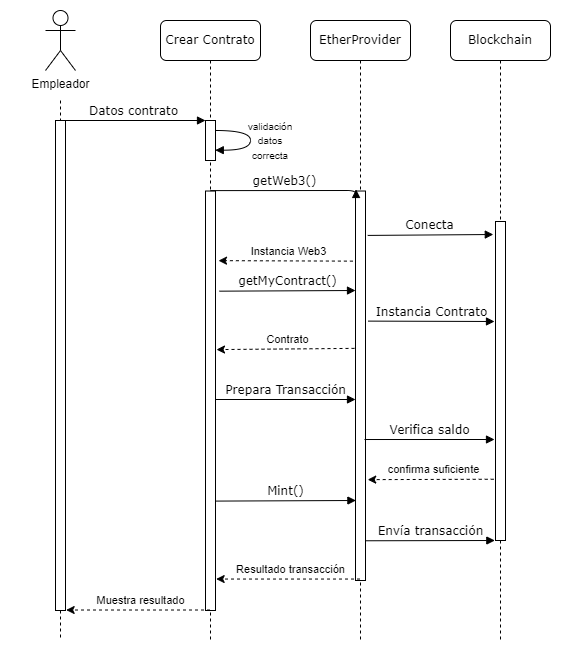
Above: Documentacion/MEMORIA/img/SecuenciaCrearContrato.png in deibiiz/ContractMe (draw.io), before the change. Source tidied: cells renumbered, new cells last; positions are measured from the earlier drawing's top-left corner, leaving out a move shared by most shapes.
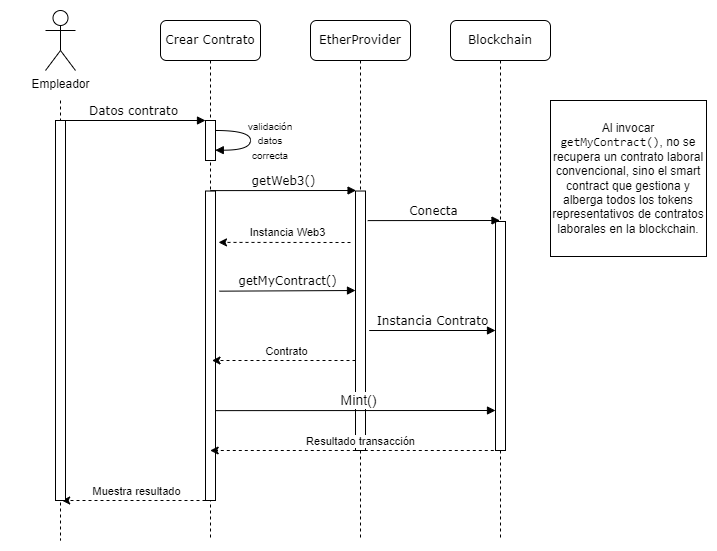
Above is the later version.

Diff of the diagram source:
```diff
@@ -3,7 +3,7 @@
     <mxCell id="0" />
     <mxCell id="1" parent="0" />
     <mxCell id="2" value="Crear Contrato" style="shape=umlLifeline;perimeter=lifelinePerimeter;whiteSpace=wrap;html=1;outlineConnect=0;rounded=1;shadow=0;comic=0;labelBackgroundColor=none;strokeWidth=1;fontFamily=Verdana;fontSize=12;align=center;" parent="1" vertex="1">
-      <mxGeometry x="150" y="10" width="100" height="620" as="geometry" />
+      <mxGeometry x="150" y="10" width="100" height="520" as="geometry" />
     </mxCell>
     <mxCell id="3" style="html=1;points=[];perimeter=orthogonalPerimeter;rounded=0;shadow=0;comic=0;labelBackgroundColor=none;strokeWidth=1;fontFamily=Verdana;fontSize=12;align=center;" parent="2" vertex="1">
       <mxGeometry x="45" y="100" width="10" height="40" as="geometry" />
@@ -16,64 +16,65 @@
         </Array>
       </mxGeometry>
     </mxCell>
+    <mxCell id="33" style="endArrow=classic;html=1;rounded=0;dashed=1;entryX=1.067;entryY=0.999;entryDx=0;entryDy=0;entryPerimeter=0;" parent="2" edge="1">
+      <mxGeometry relative="1" as="geometry">
+        <mxPoint x="45" y="480" as="sourcePoint" />
+        <mxPoint x="-98.8" y="480" as="targetPoint" />
+      </mxGeometry>
+    </mxCell>
+    <mxCell id="32" value="Muestra resultado" style="edgeLabel;html=1;align=center;verticalAlign=middle;" parent="33" vertex="1">
+      <mxGeometry x="-0.03" y="-1" relative="1" as="geometry">
+        <mxPoint y="-9" as="offset" />
+      </mxGeometry>
+    </mxCell>
     <mxCell id="5" value="EtherProvider" style="shape=umlLifeline;perimeter=lifelinePerimeter;whiteSpace=wrap;html=1;outlineConnect=0;rounded=1;shadow=0;comic=0;labelBackgroundColor=none;strokeWidth=1;fontFamily=Verdana;fontSize=12;align=center;" parent="1" vertex="1">
-      <mxGeometry x="300" y="10" width="100" height="620" as="geometry" />
+      <mxGeometry x="300" y="10" width="100" height="520" as="geometry" />
     </mxCell>
-    <mxCell id="6" style="html=1;points=[];perimeter=orthogonalPerimeter;rounded=0;shadow=0;comic=0;labelBackgroundColor=none;strokeWidth=1;fontFamily=Verdana;fontSize=12;align=center;" parent="5" vertex="1">
-      <mxGeometry x="-105" y="170.5" width="10" height="419.5" as="geometry" />
-    </mxCell>
-    <mxCell id="7" style="html=1;points=[];perimeter=orthogonalPerimeter;rounded=0;shadow=0;comic=0;labelBackgroundColor=none;strokeWidth=1;fontFamily=Verdana;fontSize=12;align=center;" parent="5" vertex="1">
-      <mxGeometry x="45" y="170.5" width="10" height="389.5" as="geometry" />
-    </mxCell>
+    <mxCell id="34" style="html=1;points=[];perimeter=orthogonalPerimeter;rounded=0;shadow=0;comic=0;labelBackgroundColor=none;strokeWidth=1;fontFamily=Verdana;fontSize=12;align=center;" parent="5" vertex="1">
+      <mxGeometry x="-105" y="170.5" width="10" height="309.5" as="geometry" />
+    </mxCell>
+    <mxCell id="35" style="html=1;points=[];perimeter=orthogonalPerimeter;rounded=0;shadow=0;comic=0;labelBackgroundColor=none;strokeWidth=1;fontFamily=Verdana;fontSize=12;align=center;" parent="5" vertex="1">
+      <mxGeometry x="45" y="170.5" width="10" height="259.5" as="geometry" />
+    </mxCell>
-    <mxCell id="8" value="getWeb3()" style="html=1;verticalAlign=bottom;endArrow=block;labelBackgroundColor=none;fontFamily=Verdana;fontSize=12;edgeStyle=elbowEdgeStyle;elbow=vertical;entryX=0.057;entryY=-0.004;entryDx=0;entryDy=0;entryPerimeter=0;" parent="5" edge="1" target="7">
+    <mxCell id="8" value="getWeb3()" style="html=1;verticalAlign=bottom;endArrow=block;labelBackgroundColor=none;fontFamily=Verdana;fontSize=12;edgeStyle=elbowEdgeStyle;elbow=vertical;entryX=0.057;entryY=-0.004;entryDx=0;entryDy=0;entryPerimeter=0;" parent="5" edge="1" target="35">
       <mxGeometry relative="1" as="geometry">
         <mxPoint x="-100.2" y="170.1" as="sourcePoint" />
       </mxGeometry>
     </mxCell>
-    <mxCell id="9" style="endArrow=classic;html=1;rounded=0;dashed=1;entryX=1.3;entryY=0.166;entryDx=0;entryDy=0;entryPerimeter=0;exitX=-0.26;exitY=0.18;exitDx=0;exitDy=0;exitPerimeter=0;" parent="5" edge="1" source="7" target="6">
-      <mxGeometry relative="1" as="geometry" />
-    </mxCell>
+    <mxCell id="36" style="endArrow=classic;html=1;rounded=0;dashed=1;entryX=1.3;entryY=0.166;entryDx=0;entryDy=0;entryPerimeter=0;" parent="5" edge="1" target="34">
+      <mxGeometry relative="1" as="geometry">
+        <mxPoint x="40" y="222" as="sourcePoint" />
+      </mxGeometry>
+    </mxCell>
-    <mxCell id="10" value="Instancia Web3" style="edgeLabel;html=1;align=center;verticalAlign=middle;" parent="9" vertex="1">
+    <mxCell id="10" value="Instancia Web3" style="edgeLabel;html=1;align=center;verticalAlign=middle;" parent="36" vertex="1">
       <mxGeometry x="-0.03" y="-1" relative="1" as="geometry">
         <mxPoint y="-9" as="offset" />
       </mxGeometry>
     </mxCell>
-    <mxCell id="11" style="endArrow=classic;html=1;rounded=0;dashed=1;entryX=1.1;entryY=0.378;entryDx=0;entryDy=0;entryPerimeter=0;exitX=-0.1;exitY=0.404;exitDx=0;exitDy=0;exitPerimeter=0;" parent="5" edge="1" source="7" target="6">
-      <mxGeometry relative="1" as="geometry" />
-    </mxCell>
+    <mxCell id="37" style="endArrow=classic;html=1;rounded=0;dashed=1;entryX=1.1;entryY=0.378;entryDx=0;entryDy=0;entryPerimeter=0;" parent="5" edge="1">
+      <mxGeometry relative="1" as="geometry">
+        <mxPoint x="45" y="340" as="sourcePoint" />
+        <mxPoint x="-98.5" y="340" as="targetPoint" />
+      </mxGeometry>
+    </mxCell>
-    <mxCell id="12" value="Contrato" style="edgeLabel;html=1;align=center;verticalAlign=middle;" parent="11" vertex="1">
+    <mxCell id="12" value="Contrato" style="edgeLabel;html=1;align=center;verticalAlign=middle;" parent="37" vertex="1">
       <mxGeometry x="-0.03" y="-1" relative="1" as="geometry">
         <mxPoint y="-9" as="offset" />
       </mxGeometry>
     </mxCell>
-    <mxCell id="13" value="Prepara Transacción" style="html=1;verticalAlign=bottom;endArrow=block;labelBackgroundColor=none;fontFamily=Verdana;fontSize=12;edgeStyle=elbowEdgeStyle;elbow=vertical;exitX=0.967;exitY=0.497;exitDx=0;exitDy=0;exitPerimeter=0;" parent="5" edge="1" source="6" target="7">
-      <mxGeometry relative="1" as="geometry">
-        <Array as="points">
-          <mxPoint x="-70" y="379" />
-        </Array>
-      </mxGeometry>
-    </mxCell>
-    <mxCell id="14" style="endArrow=classic;html=1;rounded=0;dashed=1;entryX=1.067;entryY=0.925;entryDx=0;entryDy=0;entryPerimeter=0;" parent="5" edge="1" source="5" target="6">
-      <mxGeometry relative="1" as="geometry" />
-    </mxCell>
-    <mxCell id="15" value="Resultado transacción" style="edgeLabel;html=1;align=center;verticalAlign=middle;" parent="14" vertex="1">
-      <mxGeometry x="-0.03" y="-1" relative="1" as="geometry">
-        <mxPoint y="-9" as="offset" />
-      </mxGeometry>
-    </mxCell>
     <mxCell id="16" value="Blockchain" style="shape=umlLifeline;perimeter=lifelinePerimeter;whiteSpace=wrap;html=1;outlineConnect=0;rounded=1;shadow=0;comic=0;labelBackgroundColor=none;strokeWidth=1;fontFamily=Verdana;fontSize=12;align=center;" parent="1" vertex="1">
-      <mxGeometry x="440" y="10" width="100" height="620" as="geometry" />
+      <mxGeometry x="440" y="10" width="100" height="520" as="geometry" />
     </mxCell>
-    <mxCell id="17" style="shape=umlLifeline;perimeter=lifelinePerimeter;whiteSpace=wrap;html=1;outlineConnect=0;rounded=1;shadow=0;comic=0;labelBackgroundColor=none;strokeWidth=1;fontFamily=Verdana;fontSize=12;align=center;size=0;" parent="1" vertex="1">
-      <mxGeometry y="90" width="100" height="540" as="geometry" />
-    </mxCell>
-    <mxCell id="18" style="html=1;points=[];perimeter=orthogonalPerimeter;rounded=0;shadow=0;comic=0;labelBackgroundColor=none;strokeWidth=1;fontFamily=Verdana;fontSize=12;align=center;" parent="17" vertex="1">
-      <mxGeometry x="45" y="20" width="10" height="490" as="geometry" />
-    </mxCell>
-    <mxCell id="19" style="html=1;points=[];perimeter=orthogonalPerimeter;rounded=0;shadow=0;comic=0;labelBackgroundColor=none;strokeWidth=1;fontFamily=Verdana;fontSize=12;align=center;" parent="1" vertex="1">
-      <mxGeometry x="485" y="211" width="10" height="319" as="geometry" />
-    </mxCell>
+    <mxCell id="38" style="shape=umlLifeline;perimeter=lifelinePerimeter;whiteSpace=wrap;html=1;outlineConnect=0;rounded=1;shadow=0;comic=0;labelBackgroundColor=none;strokeWidth=1;fontFamily=Verdana;fontSize=12;align=center;size=0;" parent="1" vertex="1">
+      <mxGeometry y="90" width="100" height="440" as="geometry" />
+    </mxCell>
+    <mxCell id="39" style="html=1;perimeter=orthogonalPerimeter;rounded=0;shadow=0;comic=0;labelBackgroundColor=none;strokeWidth=1;fontFamily=Verdana;fontSize=12;align=center;" parent="38" vertex="1">
+      <mxGeometry x="45" y="20" width="10" height="380" as="geometry" />
+    </mxCell>
+    <mxCell id="40" style="html=1;perimeter=orthogonalPerimeter;rounded=0;shadow=0;comic=0;labelBackgroundColor=none;strokeWidth=1;fontFamily=Verdana;fontSize=12;align=center;" parent="1" vertex="1">
+      <mxGeometry x="485" y="211" width="10" height="229" as="geometry" />
+    </mxCell>
-    <mxCell id="20" value="Datos contrato" style="html=1;verticalAlign=bottom;endArrow=block;entryX=0;entryY=0;labelBackgroundColor=none;fontFamily=Verdana;fontSize=12;edgeStyle=elbowEdgeStyle;elbow=vertical;" parent="1" edge="1" source="17" target="3">
+    <mxCell id="20" value="Datos contrato" style="html=1;verticalAlign=bottom;endArrow=block;entryX=0;entryY=0;labelBackgroundColor=none;fontFamily=Verdana;fontSize=12;edgeStyle=elbowEdgeStyle;elbow=vertical;" parent="1" edge="1" source="38" target="3">
       <mxGeometry relative="1" as="geometry" />
     </mxCell>
     <mxCell id="21" value="Empleador" style="shape=umlActor;verticalLabelPosition=bottom;verticalAlign=top;html=1;" parent="1" vertex="1">
@@ -82,45 +83,45 @@
     <mxCell id="22" value="&lt;font style=&quot;font-size: 10px;&quot;&gt;validación datos correcta&lt;/font&gt;" style="text;html=1;align=center;verticalAlign=middle;whiteSpace=wrap;rounded=0;" parent="1" vertex="1">
       <mxGeometry x="230" y="115" width="60" height="30" as="geometry" />
     </mxCell>
-    <mxCell id="23" value="Conecta" style="html=1;verticalAlign=bottom;endArrow=block;labelBackgroundColor=none;fontFamily=Verdana;fontSize=12;edgeStyle=elbowEdgeStyle;elbow=vertical;entryX=-0.22;entryY=0.041;entryDx=0;entryDy=0;entryPerimeter=0;exitX=1.22;exitY=0.114;exitDx=0;exitDy=0;exitPerimeter=0;" parent="1" edge="1" source="7" target="19">
+    <mxCell id="23" value="Conecta" style="html=1;verticalAlign=bottom;endArrow=block;labelBackgroundColor=none;fontFamily=Verdana;fontSize=12;edgeStyle=elbowEdgeStyle;elbow=vertical;exitX=1.22;exitY=0.114;exitDx=0;exitDy=0;exitPerimeter=0;" parent="1" edge="1" source="35" target="16">
       <mxGeometry relative="1" as="geometry" />
     </mxCell>
-    <mxCell id="24" value="Instancia Contrato" style="html=1;verticalAlign=bottom;endArrow=block;labelBackgroundColor=none;fontFamily=Verdana;fontSize=12;edgeStyle=elbowEdgeStyle;elbow=vertical;exitX=1.26;exitY=0.334;exitDx=0;exitDy=0;exitPerimeter=0;entryX=-0.1;entryY=0.312;entryDx=0;entryDy=0;entryPerimeter=0;" parent="1" edge="1" source="7" target="19">
-      <mxGeometry relative="1" as="geometry" />
+    <mxCell id="24" value="Instancia Contrato" style="html=1;verticalAlign=bottom;endArrow=block;labelBackgroundColor=none;fontFamily=Verdana;fontSize=12;edgeStyle=elbowEdgeStyle;elbow=vertical;exitX=1.26;exitY=0.334;exitDx=0;exitDy=0;exitPerimeter=0;entryX=-0.114;entryY=0.246;entryDx=0;entryDy=0;entryPerimeter=0;" parent="1" edge="1">
+      <mxGeometry relative="1" as="geometry">
+        <mxPoint x="358.7" y="320" as="sourcePoint" />
+        <mxPoint x="485" y="320.2" as="targetPoint" />
+      </mxGeometry>
     </mxCell>
-    <mxCell id="25" value="Envía transacción" style="html=1;verticalAlign=bottom;endArrow=block;labelBackgroundColor=none;fontFamily=Verdana;fontSize=12;edgeStyle=elbowEdgeStyle;elbow=vertical;exitX=1;exitY=0.898;exitDx=0;exitDy=0;exitPerimeter=0;entryX=-0.067;entryY=0.998;entryDx=0;entryDy=0;entryPerimeter=0;" parent="1" edge="1" source="7" target="19">
-      <mxGeometry relative="1" as="geometry" />
-    </mxCell>
     <mxCell id="26" value="getMyContract()" style="html=1;verticalAlign=bottom;endArrow=block;labelBackgroundColor=none;fontFamily=Verdana;fontSize=12;edgeStyle=elbowEdgeStyle;elbow=vertical;exitX=1.22;exitY=0.23;exitDx=0;exitDy=0;exitPerimeter=0;entryX=-0.18;entryY=0.246;entryDx=0;entryDy=0;entryPerimeter=0;" parent="1" edge="1">
       <mxGeometry relative="1" as="geometry">
         <mxPoint x="209" y="280.7" as="sourcePoint" />
         <mxPoint x="345" y="280" as="targetPoint" />
       </mxGeometry>
     </mxCell>
-    <mxCell id="27" value="Verifica saldo" style="html=1;verticalAlign=bottom;endArrow=block;labelBackgroundColor=none;fontFamily=Verdana;fontSize=12;edgeStyle=elbowEdgeStyle;elbow=vertical;exitX=0.9;exitY=0.638;exitDx=0;exitDy=0;exitPerimeter=0;entryX=-0.1;entryY=0.684;entryDx=0;entryDy=0;entryPerimeter=0;" parent="1" edge="1" source="7" target="19">
-      <mxGeometry relative="1" as="geometry" />
-    </mxCell>
-    <mxCell id="28" style="endArrow=classic;html=1;rounded=0;dashed=1;entryX=1.22;entryY=0.741;entryDx=0;entryDy=0;entryPerimeter=0;exitX=-0.18;exitY=0.808;exitDx=0;exitDy=0;exitPerimeter=0;" parent="1" edge="1" source="19" target="7">
-      <mxGeometry relative="1" as="geometry" />
-    </mxCell>
-    <mxCell id="29" value="confirma suficiente" style="edgeLabel;html=1;align=center;verticalAlign=middle;" parent="28" vertex="1">
-      <mxGeometry x="-0.03" y="-1" relative="1" as="geometry">
-        <mxPoint y="-9" as="offset" />
-      </mxGeometry>
-    </mxCell>
+    <mxCell id="41" style="endArrow=classic;html=1;rounded=0;dashed=1;exitX=-0.171;exitY=0.999;exitDx=0;exitDy=0;exitPerimeter=0;" parent="1" edge="1">
+      <mxGeometry relative="1" as="geometry">
+        <mxPoint x="483.3" y="440" as="sourcePoint" />
+        <mxPoint x="199.7" y="440" as="targetPoint" />
+      </mxGeometry>
+    </mxCell>
+    <mxCell id="15" value="Resultado transacción" style="edgeLabel;html=1;align=center;verticalAlign=middle;" parent="41" vertex="1">
+      <mxGeometry x="-0.03" y="-1" relative="1" as="geometry">
+        <mxPoint x="4" y="-9" as="offset" />
+      </mxGeometry>
+    </mxCell>
+    <mxCell id="42" style="html=1;verticalAlign=bottom;endArrow=block;labelBackgroundColor=none;fontFamily=Verdana;fontSize=12;edgeStyle=elbowEdgeStyle;elbow=vertical;exitX=0.978;exitY=0.761;exitDx=0;exitDy=0;exitPerimeter=0;" parent="1" edge="1">
+      <mxGeometry relative="1" as="geometry">
+        <mxPoint x="204.8" y="400.1" as="sourcePoint" />
+        <mxPoint x="485" y="400.4" as="targetPoint" />
+      </mxGeometry>
+    </mxCell>
-    <mxCell id="30" value="Mint()" style="html=1;verticalAlign=bottom;endArrow=block;labelBackgroundColor=none;fontFamily=Verdana;fontSize=12;edgeStyle=elbowEdgeStyle;elbow=vertical;entryX=0.06;entryY=0.817;entryDx=0;entryDy=0;entryPerimeter=0;exitX=1.02;exitY=0.76;exitDx=0;exitDy=0;exitPerimeter=0;" parent="1" edge="1">
-      <mxGeometry relative="1" as="geometry">
-        <mxPoint x="205" y="490.6" as="sourcePoint" />
-        <mxPoint x="345.4" y="490" as="targetPoint" />
+    <mxCell id="30" value="&lt;font style=&quot;font-size: 14px;&quot;&gt;Mint()&lt;/font&gt;" style="edgeLabel;html=1;align=center;verticalAlign=middle;" parent="1" vertex="1">
+      <mxGeometry x="280" y="380" as="geometry">
+        <mxPoint x="67" y="9" as="offset" />
       </mxGeometry>
     </mxCell>
-    <mxCell id="31" style="endArrow=classic;html=1;rounded=0;dashed=1;entryX=1.067;entryY=0.999;entryDx=0;entryDy=0;entryPerimeter=0;" parent="1" edge="1" source="2" target="18">
-      <mxGeometry relative="1" as="geometry" />
-    </mxCell>
-    <mxCell id="32" value="Muestra resultado" style="edgeLabel;html=1;align=center;verticalAlign=middle;" parent="31" vertex="1">
-      <mxGeometry x="-0.03" y="-1" relative="1" as="geometry">
-        <mxPoint y="-9" as="offset" />
-      </mxGeometry>
-    </mxCell>
+    <mxCell id="43" value="&lt;font face=&quot;Helvetica&quot;&gt;Al invocar &lt;code&gt;getMyContract()&lt;/code&gt;, no se recupera un contrato laboral convencional, sino el smart contract que gestiona y alberga todos los tokens representativos de contratos laborales en la blockchain.&lt;/font&gt;" style="whiteSpace=wrap;html=1;fillColor=none;" parent="1" vertex="1">
+      <mxGeometry x="540" y="90" width="156" height="156" as="geometry" />
+    </mxCell>
   </root>
 </mxGraphModel>
```
